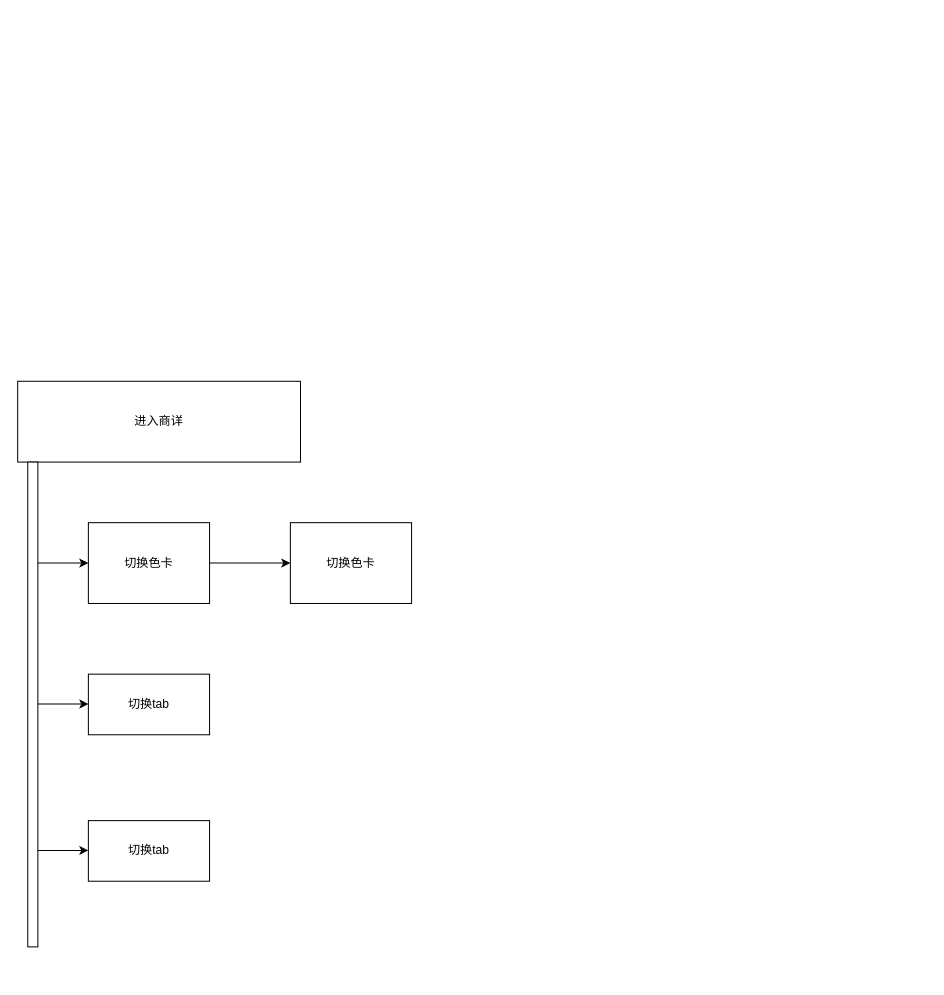
Before: Untitled Diagram.drawio in daolinhy/changeCar, a draw.io diagram. Source tidied: cells renumbered, new cells numbered last; positions are measured from the earlier drawing's top-left corner, leaving out a move shared by most shapes. Both pictures are drawn from the tidied source at 101%, with x=0, y=0 at pixel (17, 381).
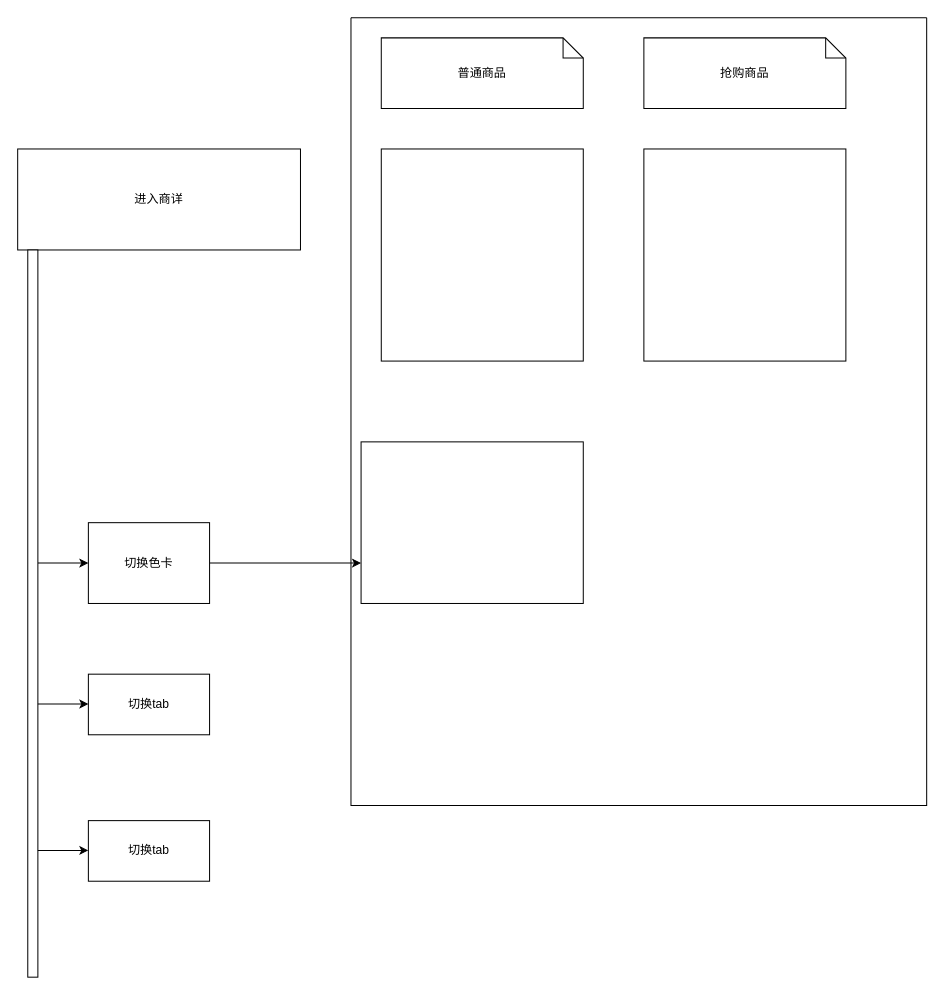
Above is the later version.

The change refers to these unchanged cells:
```xml
<mxCell id="4" value="切换色卡" style="rounded=0;whiteSpace=wrap;html=1;" parent="1" vertex="1">
  <mxGeometry x="70" y="140" width="120" height="80" as="geometry" />
</mxCell>
```

What changed in the source:
```diff
@@
     <mxCell id="2" value="进入商详" style="rounded=0;whiteSpace=wrap;html=1;" parent="1" vertex="1">
-      <mxGeometry width="280" height="80" as="geometry" />
+      <mxGeometry y="-230" width="280" height="100" as="geometry" />
     </mxCell>
-    <mxCell id="3" style="edgeStyle=orthogonalEdgeStyle;rounded=0;jettySize=auto;html=1;" parent="1" edge="1" source="4" target="9">
+    <mxCell id="3" style="edgeStyle=orthogonalEdgeStyle;rounded=0;jettySize=auto;html=1;entryX=0;entryY=0.75;entryDx=0;entryDy=0;" parent="1" edge="1" source="4" target="13">
       <mxGeometry relative="1" as="geometry" />
     </mxCell>
@@
     <mxCell id="8" style="html=1;points=[[0,0,0,0,5],[0,1,0,0,-5],[1,0,0,0,5],[1,1,0,0,-5]];perimeter=orthogonalPerimeter;outlineConnect=0;targetShapes=umlLifeline;portConstraint=eastwest;newEdgeStyle={&quot;curved&quot;:0,&quot;rounded&quot;:0};" parent="1" vertex="1">
-      <mxGeometry x="10" y="80" width="10" height="480" as="geometry" />
+      <mxGeometry x="10" y="-130" width="10" height="720" as="geometry" />
     </mxCell>
-    <mxCell id="9" value="切换色卡" style="rounded=0;whiteSpace=wrap;html=1;" parent="1" vertex="1">
-      <mxGeometry x="270" y="140" width="120" height="80" as="geometry" />
-    </mxCell>
@@
+    <mxCell id="12" style="swimlane;startSize=0;" parent="1" vertex="1">
+      <mxGeometry x="330" y="-360" width="570" height="780" as="geometry" />
+    </mxCell>
+    <mxCell id="13" style="rounded=0;whiteSpace=wrap;html=1;" parent="12" vertex="1">
+      <mxGeometry x="10" y="420" width="220" height="160" as="geometry" />
+    </mxCell>
+    <mxCell id="14" style="rounded=0;whiteSpace=wrap;html=1;" parent="12" vertex="1">
+      <mxGeometry x="30" y="130" width="200" height="210" as="geometry" />
+    </mxCell>
+    <mxCell id="15" value="普通商品" style="shape=note;size=20;whiteSpace=wrap;html=1;" parent="12" vertex="1">
+      <mxGeometry x="30" y="20" width="200" height="70" as="geometry" />
+    </mxCell>
+    <mxCell id="16" value="抢购商品" style="shape=note;size=20;whiteSpace=wrap;html=1;" parent="12" vertex="1">
+      <mxGeometry x="290" y="20" width="200" height="70" as="geometry" />
+    </mxCell>
+    <mxCell id="17" style="rounded=0;whiteSpace=wrap;html=1;" parent="12" vertex="1">
+      <mxGeometry x="290" y="130" width="200" height="210" as="geometry" />
+    </mxCell>
```
